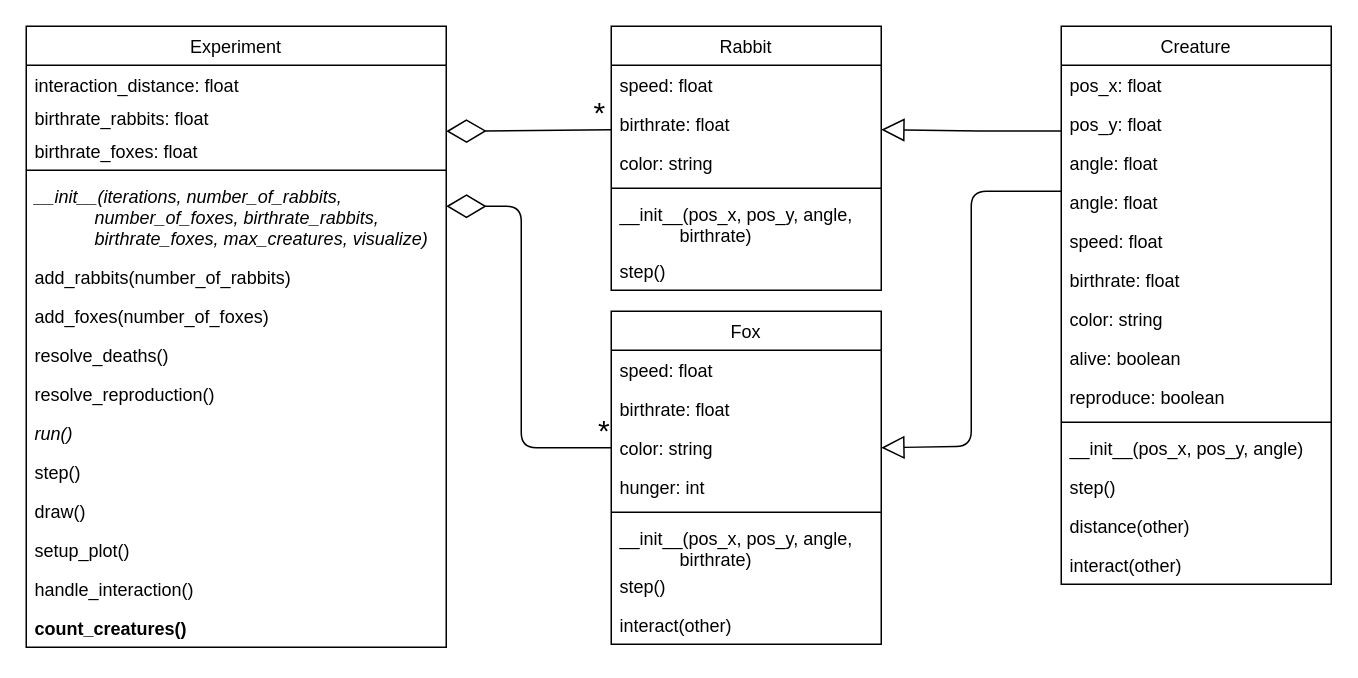
Above: umls/phase9.drawio in spcourse/populations-oo (draw.io), before the change. Source tidied: cells renumbered, new cells numbered last; positions are measured from the earlier drawing's top-left corner, leaving out a move shared by most shapes. Both pictures are drawn from the tidied source at 150%, with x=0, y=0 at pixel (26, 26).
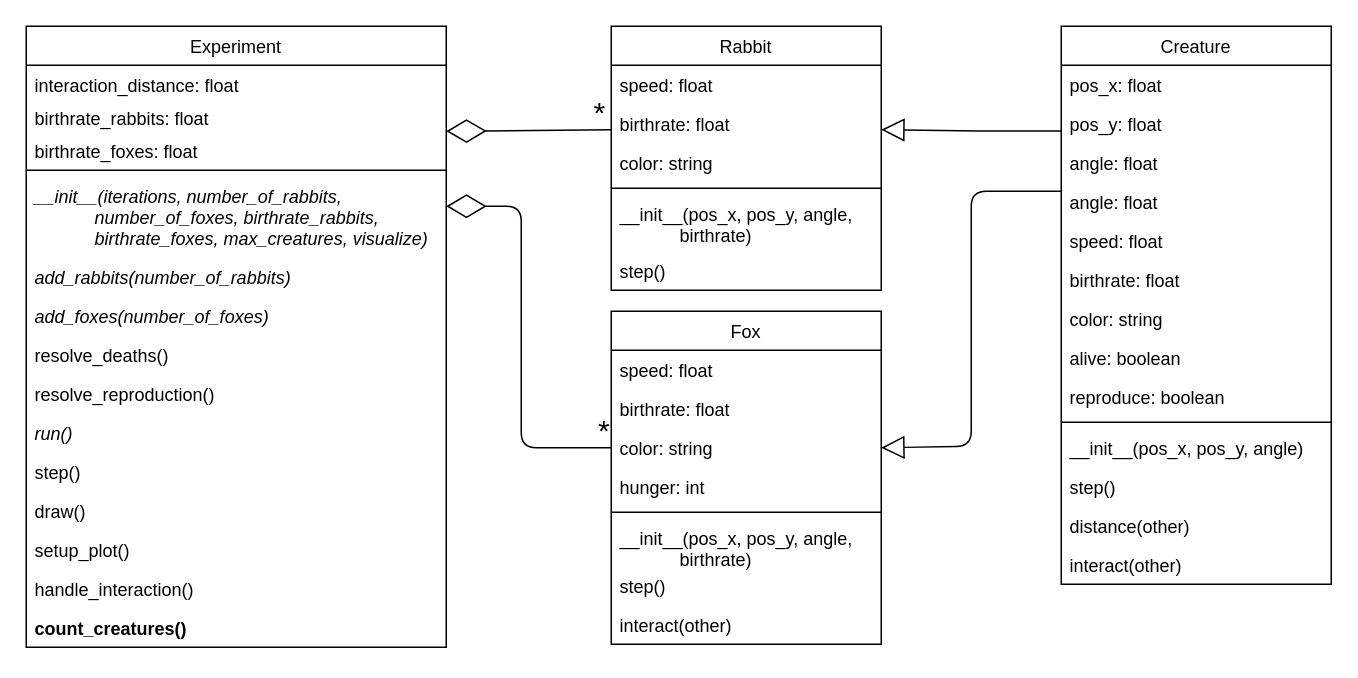
The same page after the edit.

The change refers to these unchanged cells:
```xml
<mxCell id="2" value="Experiment" style="swimlane;fontStyle=0;align=center;verticalAlign=top;horizontal=1;startSize=26;rounded=0;shadow=0;strokeWidth=1;" parent="1" vertex="1">
  <mxGeometry width="280" height="414" as="geometry" />
</mxCell>
```

Diff of the diagram source:
```diff
@@
-    <mxCell id="8" value="add_rabbits(number_of_rabbits)" style="text;align=left;verticalAlign=top;spacingLeft=4;spacingRight=4;overflow=hidden;fontStyle=0;" parent="2" vertex="1">
+    <mxCell id="8" value="add_rabbits(number_of_rabbits)" style="text;align=left;verticalAlign=top;spacingLeft=4;spacingRight=4;overflow=hidden;fontStyle=2;" parent="2" vertex="1">
       <mxGeometry y="154" width="280" height="26" as="geometry" />
     </mxCell>
-    <mxCell id="9" value="add_foxes(number_of_foxes)" style="text;align=left;verticalAlign=top;spacingLeft=4;spacingRight=4;overflow=hidden;fontStyle=0;" parent="2" vertex="1">
+    <mxCell id="9" value="add_foxes(number_of_foxes)" style="text;align=left;verticalAlign=top;spacingLeft=4;spacingRight=4;overflow=hidden;fontStyle=2;" parent="2" vertex="1">
       <mxGeometry y="180" width="280" height="26" as="geometry" />
     </mxCell>
```
